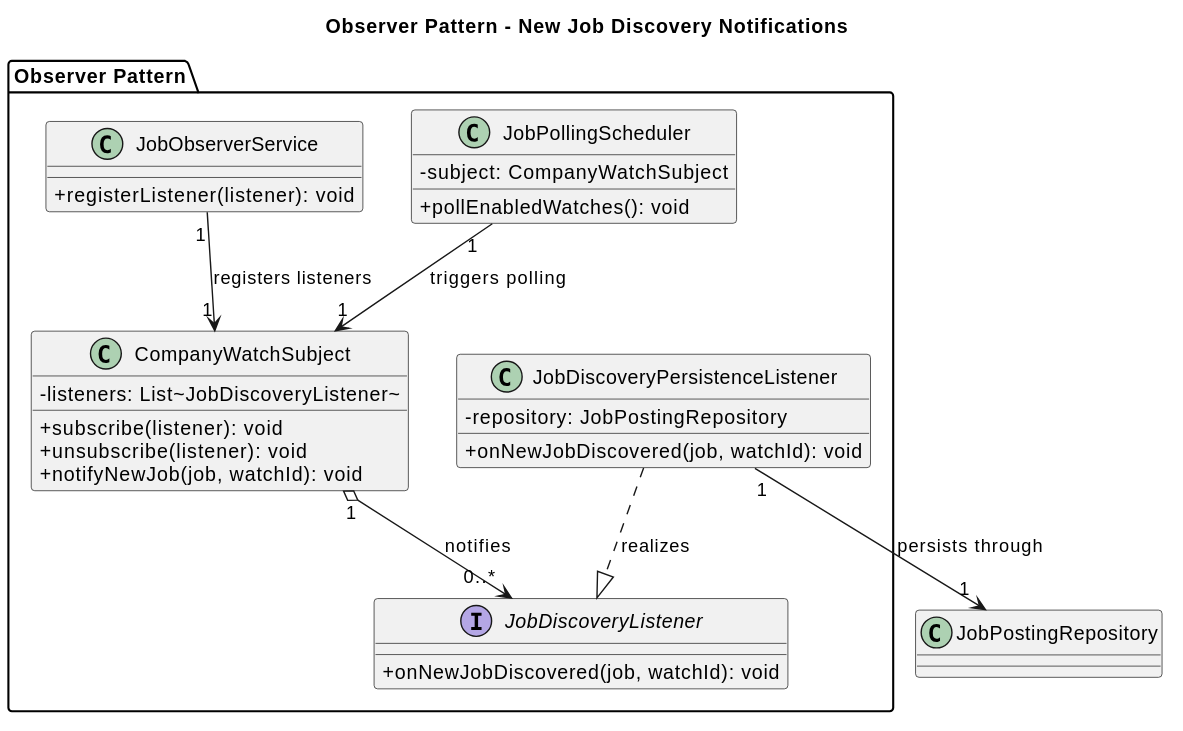
Before: docs/diagrams/svg/NextOffer_Observer_Pattern.svg, a diagram exported from PlantUML (Anmol-tech/NextOffer).
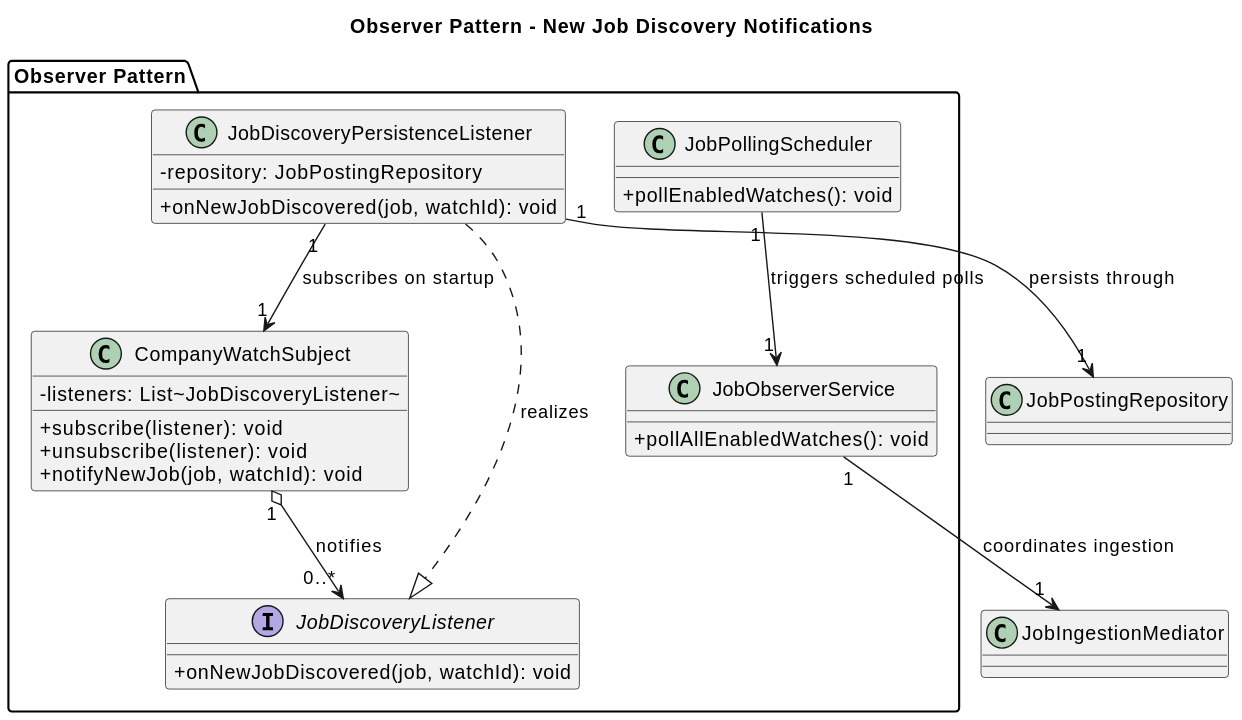
The same file after the commit.

What changed in the source:
```diff
@@ -20,11 +20,10 @@
   }
 
   class JobObserverService {
-    +registerListener(listener): void
+    +pollAllEnabledWatches(): void
   }
 
   class JobPollingScheduler {
-    -subject: CompanyWatchSubject
     +pollEnabledWatches(): void
   }
 }
@@ -32,6 +31,7 @@
 JobDiscoveryPersistenceListener ..|> JobDiscoveryListener : realizes
 CompanyWatchSubject "1" o--> "0..*" JobDiscoveryListener : notifies
 JobDiscoveryPersistenceListener "1" --> "1" JobPostingRepository : persists through
-JobPollingScheduler "1" --> "1" CompanyWatchSubject : triggers polling
-JobObserverService "1" --> "1" CompanyWatchSubject : registers listeners
+JobPollingScheduler "1" --> "1" JobObserverService : triggers scheduled polls
+JobObserverService "1" --> "1" JobIngestionMediator : coordinates ingestion
+JobDiscoveryPersistenceListener "1" --> "1" CompanyWatchSubject : subscribes on startup
 @enduml
```
